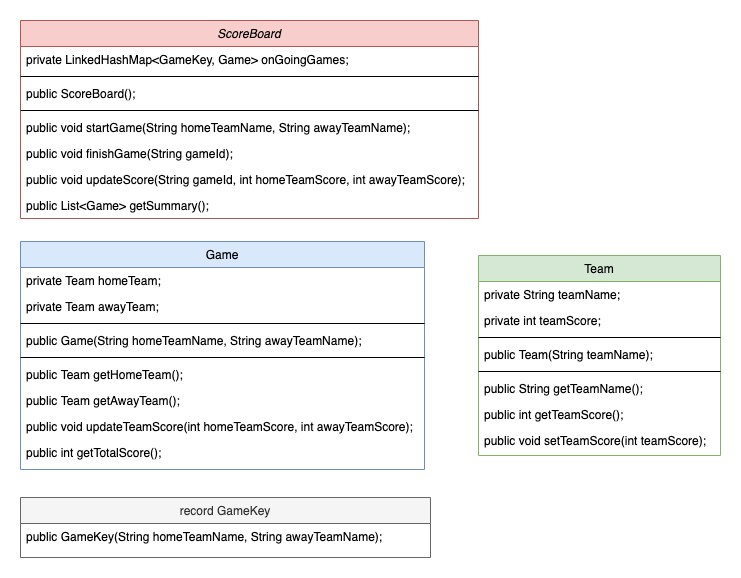
This is docs/class_component_diagram.png from krisschaaf/football_wc_score_board, a draw.io export, as it was before one commit. Source tidied: cells renumbered, new cells last; positions are measured from the earlier drawing's top-left corner, leaving out a move shared by most shapes.
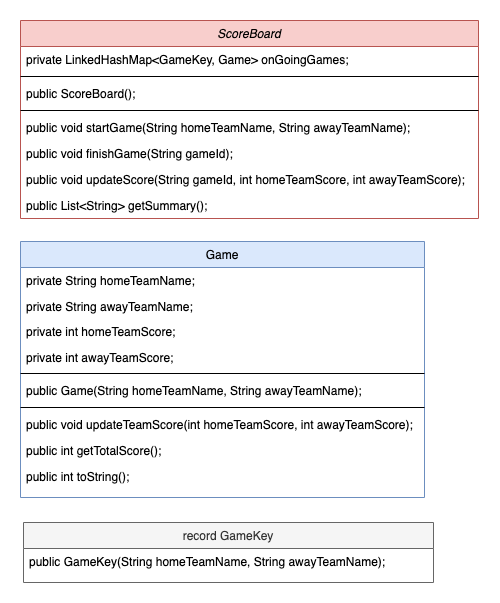
Above is the later version.

Commit message:
docs: update component diagram

Diff of the diagram source:
```diff
@@ -26,68 +26,44 @@
     <mxCell id="9" value="public void updateScore(String gameId, int homeTeamScore, int awayTeamScore);" style="text;align=left;verticalAlign=top;spacingLeft=4;spacingRight=4;overflow=hidden;" parent="2" vertex="1">
       <mxGeometry y="146" width="458" height="26" as="geometry" />
     </mxCell>
-    <mxCell id="10" value="public List&lt;Game&gt; getSummary();" style="text;align=left;verticalAlign=top;spacingLeft=4;spacingRight=4;overflow=hidden;" parent="2" vertex="1">
+    <mxCell id="10" value="public List&lt;String&gt; getSummary();" style="text;align=left;verticalAlign=top;spacingLeft=4;spacingRight=4;overflow=hidden;" parent="2" vertex="1">
       <mxGeometry y="172" width="458" height="26" as="geometry" />
     </mxCell>
     <mxCell id="11" value="Game" style="swimlane;fontStyle=0;align=center;verticalAlign=top;horizontal=1;startSize=26;rounded=0;shadow=0;strokeWidth=1;fillColor=#dae8fc;strokeColor=#6c8ebf;" parent="1" vertex="1">
-      <mxGeometry y="221" width="404" height="228" as="geometry" />
+      <mxGeometry y="221" width="404" height="256" as="geometry" />
     </mxCell>
-    <mxCell id="12" value="private Team homeTeam;" style="text;align=left;verticalAlign=top;spacingLeft=4;spacingRight=4;overflow=hidden;" parent="11" vertex="1">
+    <mxCell id="12" value="private String homeTeamName;" style="text;align=left;verticalAlign=top;spacingLeft=4;spacingRight=4;overflow=hidden;" parent="11" vertex="1">
       <mxGeometry y="26" width="404" height="26" as="geometry" />
     </mxCell>
-    <mxCell id="13" value="private Team awayTeam;&#10;" style="text;align=left;verticalAlign=top;spacingLeft=4;spacingRight=4;overflow=hidden;" parent="11" vertex="1">
-      <mxGeometry y="52" width="404" height="26" as="geometry" />
+    <mxCell id="13" value="private String awayTeamName;&#10;" style="text;align=left;verticalAlign=top;spacingLeft=4;spacingRight=4;overflow=hidden;" parent="11" vertex="1">
+      <mxGeometry y="52" width="404" height="25" as="geometry" />
     </mxCell>
+    <mxCell id="32" value="private int homeTeamScore;" style="text;align=left;verticalAlign=top;spacingLeft=4;spacingRight=4;overflow=hidden;" parent="11" vertex="1">
+      <mxGeometry y="77" width="404" height="26" as="geometry" />
+    </mxCell>
+    <mxCell id="33" value="private int awayTeamScore;&#10;" style="text;align=left;verticalAlign=top;spacingLeft=4;spacingRight=4;overflow=hidden;" parent="11" vertex="1">
+      <mxGeometry y="103" width="404" height="25" as="geometry" />
+    </mxCell>
     <mxCell id="14" style="line;html=1;strokeWidth=1;align=left;verticalAlign=middle;spacingTop=-1;spacingLeft=3;spacingRight=3;labelPosition=right;" parent="11" vertex="1">
-      <mxGeometry y="78" width="404" height="8" as="geometry" />
+      <mxGeometry y="128" width="404" height="8" as="geometry" />
     </mxCell>
     <mxCell id="15" value="public Game(String homeTeamName, String awayTeamName);" style="text;align=left;verticalAlign=top;spacingLeft=4;spacingRight=4;overflow=hidden;" parent="11" vertex="1">
-      <mxGeometry y="86" width="404" height="26" as="geometry" />
+      <mxGeometry y="136" width="404" height="26" as="geometry" />
     </mxCell>
     <mxCell id="16" style="line;html=1;strokeWidth=1;align=left;verticalAlign=middle;spacingTop=-1;spacingLeft=3;spacingRight=3;labelPosition=right;" parent="11" vertex="1">
-      <mxGeometry y="112" width="404" height="8" as="geometry" />
+      <mxGeometry y="162" width="404" height="8" as="geometry" />
     </mxCell>
-    <mxCell id="17" value="public Team getHomeTeam();" style="text;align=left;verticalAlign=top;spacingLeft=4;spacingRight=4;overflow=hidden;" parent="11" vertex="1">
-      <mxGeometry y="120" width="404" height="26" as="geometry" />
-    </mxCell>
-    <mxCell id="18" value="public Team getAwayTeam();" style="text;align=left;verticalAlign=top;spacingLeft=4;spacingRight=4;overflow=hidden;" parent="11" vertex="1">
-      <mxGeometry y="146" width="404" height="26" as="geometry" />
-    </mxCell>
     <mxCell id="19" value="public void updateTeamScore(int homeTeamScore, int awayTeamScore);" style="text;align=left;verticalAlign=top;spacingLeft=4;spacingRight=4;overflow=hidden;" parent="11" vertex="1">
-      <mxGeometry y="172" width="404" height="26" as="geometry" />
+      <mxGeometry y="170" width="404" height="26" as="geometry" />
     </mxCell>
     <mxCell id="20" value="public int getTotalScore();" style="text;align=left;verticalAlign=top;spacingLeft=4;spacingRight=4;overflow=hidden;" parent="11" vertex="1">
-      <mxGeometry y="198" width="404" height="26" as="geometry" />
+      <mxGeometry y="196" width="404" height="26" as="geometry" />
     </mxCell>
-    <mxCell id="21" value="Team" style="swimlane;fontStyle=0;align=center;verticalAlign=top;horizontal=1;startSize=26;rounded=0;shadow=0;strokeWidth=1;fillColor=#d5e8d4;strokeColor=#82b366;" parent="1" vertex="1">
-      <mxGeometry x="458" y="235" width="242" height="200" as="geometry" />
-    </mxCell>
-    <mxCell id="22" value="private String teamName;" style="text;align=left;verticalAlign=top;spacingLeft=4;spacingRight=4;overflow=hidden;" parent="21" vertex="1">
-      <mxGeometry y="26" width="242" height="26" as="geometry" />
-    </mxCell>
-    <mxCell id="23" value="private int teamScore;" style="text;align=left;verticalAlign=top;spacingLeft=4;spacingRight=4;overflow=hidden;" parent="21" vertex="1">
-      <mxGeometry y="52" width="242" height="26" as="geometry" />
-    </mxCell>
-    <mxCell id="24" style="line;html=1;strokeWidth=1;align=left;verticalAlign=middle;spacingTop=-1;spacingLeft=3;spacingRight=3;labelPosition=right;" parent="21" vertex="1">
-      <mxGeometry y="78" width="242" height="8" as="geometry" />
-    </mxCell>
-    <mxCell id="25" value="public Team(String teamName);" style="text;align=left;verticalAlign=top;spacingLeft=4;spacingRight=4;overflow=hidden;" parent="21" vertex="1">
-      <mxGeometry y="86" width="242" height="26" as="geometry" />
-    </mxCell>
-    <mxCell id="26" style="line;html=1;strokeWidth=1;align=left;verticalAlign=middle;spacingTop=-1;spacingLeft=3;spacingRight=3;labelPosition=right;" parent="21" vertex="1">
-      <mxGeometry y="112" width="242" height="8" as="geometry" />
-    </mxCell>
-    <mxCell id="27" value="public String getTeamName();" style="text;align=left;verticalAlign=top;spacingLeft=4;spacingRight=4;overflow=hidden;" parent="21" vertex="1">
-      <mxGeometry y="120" width="242" height="26" as="geometry" />
-    </mxCell>
-    <mxCell id="28" value="public int getTeamScore();" style="text;align=left;verticalAlign=top;spacingLeft=4;spacingRight=4;overflow=hidden;" parent="21" vertex="1">
-      <mxGeometry y="146" width="242" height="26" as="geometry" />
-    </mxCell>
-    <mxCell id="29" value="public void setTeamScore(int teamScore);" style="text;align=left;verticalAlign=top;spacingLeft=4;spacingRight=4;overflow=hidden;" parent="21" vertex="1">
-      <mxGeometry y="172" width="242" height="26" as="geometry" />
-    </mxCell>
+    <mxCell id="34" value="public int toString();" style="text;align=left;verticalAlign=top;spacingLeft=4;spacingRight=4;overflow=hidden;" parent="11" vertex="1">
+      <mxGeometry y="222" width="404" height="26" as="geometry" />
+    </mxCell>
     <mxCell id="30" value="record GameKey" style="swimlane;fontStyle=0;align=center;verticalAlign=top;horizontal=1;startSize=26;rounded=0;shadow=0;strokeWidth=1;fillColor=#f5f5f5;fontColor=#333333;strokeColor=#666666;" parent="1" vertex="1">
-      <mxGeometry y="477" width="410" height="60" as="geometry" />
+      <mxGeometry x="3" y="502" width="410" height="60" as="geometry" />
     </mxCell>
     <mxCell id="31" value="public GameKey(String homeTeamName, String awayTeamName);" style="text;align=left;verticalAlign=top;spacingLeft=4;spacingRight=4;overflow=hidden;" parent="30" vertex="1">
       <mxGeometry y="26" width="410" height="26" as="geometry" />
```
